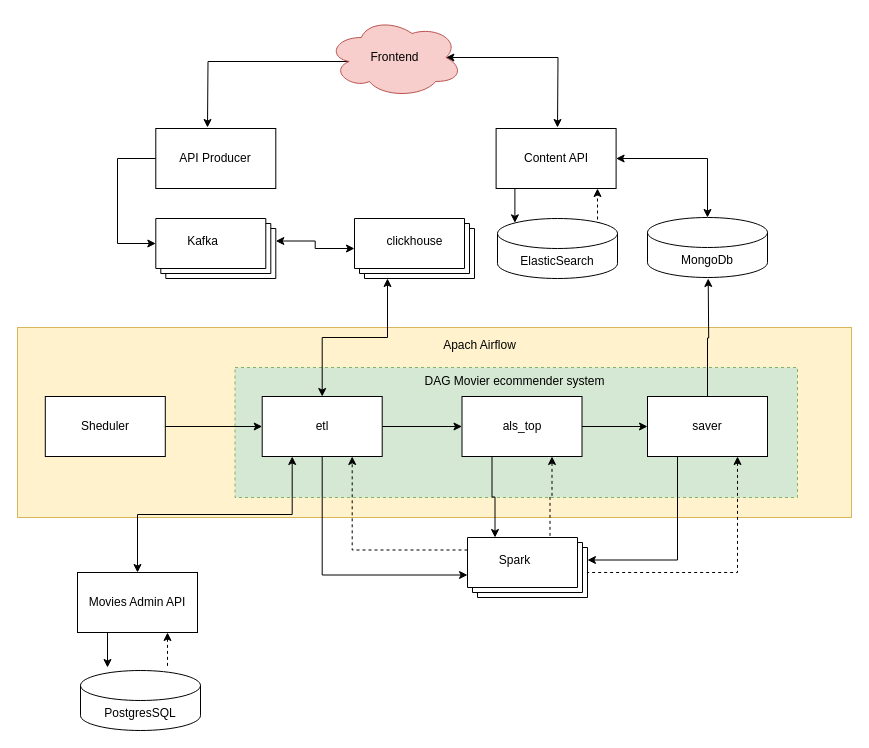
xh4vm/graduate_work keeps this draw.io diagram as page "Page-1" (1 of 2) of schemas/common_schema.drawio. Above is the earlier version. Source tidied: cells renumbered, new cells numbered last; positions are measured from the earlier drawing's top-left corner, leaving out a move shared by most shapes. Both pictures are drawn from the tidied source at 100%, with x=0, y=0 at pixel (17, 17).
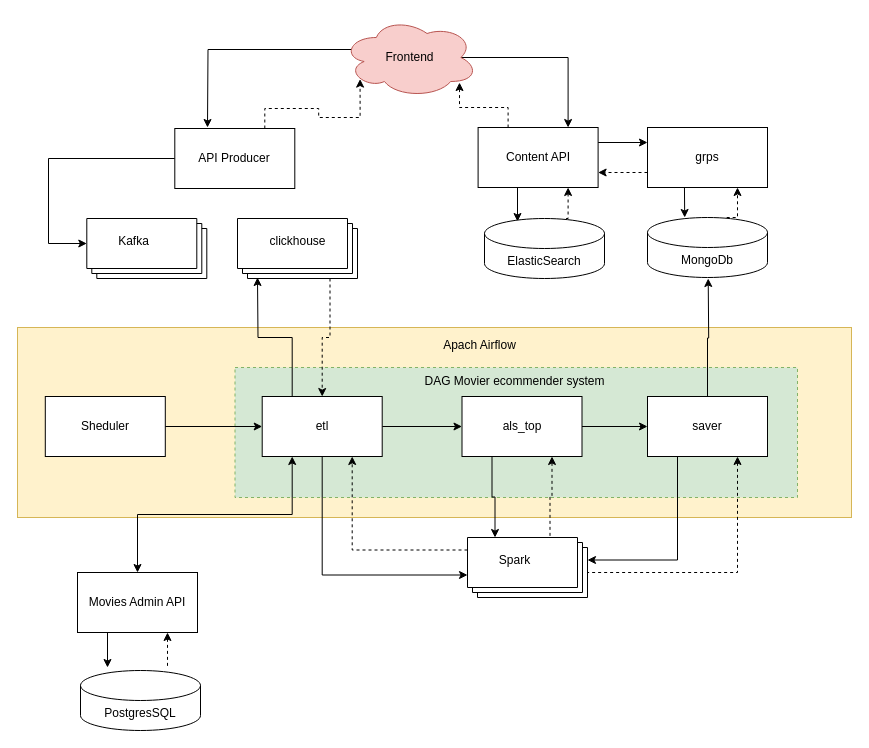
After the change.

The change refers to these unchanged cells:
```xml
<mxCell id="8" style="verticalLabelPosition=bottom;verticalAlign=top;html=1;shape=mxgraph.basic.layered_rect;dx=10;outlineConnect=0;whiteSpace=wrap;" parent="7" vertex="1">
  <mxGeometry width="120" height="60" as="geometry" />
</mxCell>
<mxCell id="11" style="verticalLabelPosition=bottom;verticalAlign=top;html=1;shape=mxgraph.basic.layered_rect;dx=10;outlineConnect=0;whiteSpace=wrap;" parent="10" vertex="1">
  <mxGeometry width="120" height="60" as="geometry" />
</mxCell>
<mxCell id="27" value="etl" style="rounded=0;whiteSpace=wrap;html=1;" parent="1" vertex="1">
  <mxGeometry x="244.7" y="379" width="120" height="60" as="geometry" />
</mxCell>
```

What changed in the source:
```diff
@@
-    <mxCell id="2" style="edgeStyle=orthogonalEdgeStyle;rounded=0;jettySize=auto;html=1;exitX=0.16;exitY=0.55;exitDx=0;exitDy=0;exitPerimeter=0;startArrow=none;startFill=0;" parent="1" edge="1" source="4">
-      <mxGeometry relative="1" as="geometry">
-        <mxPoint x="190" y="110" as="targetPoint" />
-      </mxGeometry>
-    </mxCell>
-    <mxCell id="3" style="edgeStyle=orthogonalEdgeStyle;rounded=0;jettySize=auto;html=1;exitX=0.875;exitY=0.5;exitDx=0;exitDy=0;exitPerimeter=0;startArrow=classic;startFill=1;" parent="1" edge="1" source="4">
-      <mxGeometry relative="1" as="geometry">
-        <mxPoint x="540" y="110" as="targetPoint" />
-      </mxGeometry>
-    </mxCell>
+    <mxCell id="47" style="edgeStyle=orthogonalEdgeStyle;rounded=0;jettySize=auto;html=1;exitX=0.07;exitY=0.4;exitDx=0;exitDy=0;exitPerimeter=0;startArrow=none;startFill=0;endArrow=classic;endFill=1;" parent="1" edge="1" source="4">
+      <mxGeometry relative="1" as="geometry">
+        <mxPoint x="190" y="110" as="targetPoint" />
+      </mxGeometry>
+    </mxCell>
+    <mxCell id="48" style="edgeStyle=orthogonalEdgeStyle;rounded=0;jettySize=auto;html=1;exitX=0.875;exitY=0.5;exitDx=0;exitDy=0;exitPerimeter=0;entryX=0.75;entryY=0;entryDx=0;entryDy=0;startArrow=none;startFill=0;endArrow=classic;endFill=1;" parent="1" edge="1" source="4" target="18">
+      <mxGeometry relative="1" as="geometry" />
+    </mxCell>
     <mxCell id="4" value="Frontend" style="ellipse;shape=cloud;whiteSpace=wrap;html=1;fillColor=#f8cecc;strokeColor=#b85450;" parent="1" vertex="1">
-      <mxGeometry x="310" width="135.3" height="80" as="geometry" />
+      <mxGeometry x="325" width="135.3" height="80" as="geometry" />
     </mxCell>
     <mxCell id="5" style="edgeStyle=orthogonalEdgeStyle;rounded=0;jettySize=auto;html=1;exitX=0;exitY=0.5;exitDx=0;exitDy=0;entryX=0;entryY=0;entryDx=0;entryDy=25;entryPerimeter=0;startArrow=none;startFill=0;" parent="1" edge="1" source="6" target="8">
       <mxGeometry relative="1" as="geometry">
         <Array as="points">
-          <mxPoint x="100" y="141" />
-          <mxPoint x="100" y="226" />
+          <mxPoint x="31" y="141" />
+          <mxPoint x="31" y="226" />
         </Array>
       </mxGeometry>
     </mxCell>
+    <mxCell id="49" style="edgeStyle=orthogonalEdgeStyle;rounded=0;jettySize=auto;html=1;exitX=0.75;exitY=0;exitDx=0;exitDy=0;entryX=0.13;entryY=0.77;entryDx=0;entryDy=0;entryPerimeter=0;startArrow=none;startFill=0;endArrow=classic;endFill=1;dashed=1;" parent="1" edge="1" source="6" target="4">
+      <mxGeometry relative="1" as="geometry" />
+    </mxCell>
     <mxCell id="6" value="API Producer" style="rounded=0;whiteSpace=wrap;html=1;" parent="1" vertex="1">
-      <mxGeometry x="138.3" y="111" width="120" height="60" as="geometry" />
+      <mxGeometry x="157.3" y="111" width="120" height="60" as="geometry" />
     </mxCell>
     <mxCell id="7" style="group;" parent="1" vertex="1">
-      <mxGeometry x="138.3" y="201" width="120" height="60" as="geometry" />
+      <mxGeometry x="69.3" y="201" width="120" height="60" as="geometry" />
     </mxCell>
@@
     <mxCell id="10" style="group;" parent="1" vertex="1">
-      <mxGeometry x="337" y="201" width="120" height="60" as="geometry" />
+      <mxGeometry x="220" y="201" width="120" height="60" as="geometry" />
     </mxCell>
@@
-    <mxCell id="16" style="edgeStyle=orthogonalEdgeStyle;rounded=0;jettySize=auto;html=1;exitX=1;exitY=0.5;exitDx=0;exitDy=0;startArrow=classic;startFill=1;entryX=0.5;entryY=0;entryDx=0;entryDy=0;entryPerimeter=0;" parent="1" edge="1" source="18" target="39">
-      <mxGeometry relative="1" as="geometry" />
-    </mxCell>
+    <mxCell id="50" style="edgeStyle=orthogonalEdgeStyle;rounded=0;jettySize=auto;html=1;exitX=1;exitY=0.25;exitDx=0;exitDy=0;entryX=0;entryY=0.25;entryDx=0;entryDy=0;startArrow=none;startFill=0;endArrow=classic;endFill=1;" parent="1" edge="1" source="18" target="57">
+      <mxGeometry relative="1" as="geometry" />
+    </mxCell>
-    <mxCell id="17" style="edgeStyle=orthogonalEdgeStyle;rounded=0;jettySize=auto;html=1;exitX=0.25;exitY=1;exitDx=0;exitDy=0;entryX=0.145;entryY=0;entryDx=0;entryDy=4.35;entryPerimeter=0;startArrow=none;startFill=0;endArrow=classic;endFill=1;" parent="1" edge="1" source="18" target="41">
+    <mxCell id="17" style="edgeStyle=orthogonalEdgeStyle;rounded=0;jettySize=auto;html=1;exitX=0.25;exitY=1;exitDx=0;exitDy=0;entryX=0.275;entryY=0.05;entryDx=0;entryDy=0;entryPerimeter=0;startArrow=none;startFill=0;endArrow=classic;endFill=1;" parent="1" edge="1" source="18" target="41">
       <mxGeometry relative="1" as="geometry" />
     </mxCell>
+    <mxCell id="51" style="edgeStyle=orthogonalEdgeStyle;rounded=0;jettySize=auto;html=1;exitX=0.25;exitY=0;exitDx=0;exitDy=0;entryX=0.865;entryY=0.813;entryDx=0;entryDy=0;entryPerimeter=0;startArrow=none;startFill=0;endArrow=classic;endFill=1;dashed=1;" parent="1" edge="1" source="18" target="4">
+      <mxGeometry relative="1" as="geometry" />
+    </mxCell>
     <mxCell id="18" value="Content API" style="whiteSpace=wrap;html=1;" parent="1" vertex="1">
-      <mxGeometry x="478.6" y="111" width="120" height="60" as="geometry" />
+      <mxGeometry x="460.6" y="110" width="120" height="60" as="geometry" />
     </mxCell>
@@
-    <mxCell id="24" style="edgeStyle=orthogonalEdgeStyle;rounded=0;jettySize=auto;html=1;exitX=0.5;exitY=0;exitDx=0;exitDy=0;startArrow=classic;startFill=1;" parent="1" edge="1" source="27" target="11">
-      <mxGeometry relative="1" as="geometry">
-        <Array as="points">
-          <mxPoint x="305" y="320" />
-          <mxPoint x="370" y="320" />
-        </Array>
-      </mxGeometry>
-    </mxCell>
@@
+    <mxCell id="52" style="edgeStyle=orthogonalEdgeStyle;rounded=0;jettySize=auto;html=1;exitX=0.25;exitY=0;exitDx=0;exitDy=0;startArrow=none;startFill=0;endArrow=classic;endFill=1;" parent="1" edge="1" source="27">
+      <mxGeometry relative="1" as="geometry">
+        <mxPoint x="240" y="260" as="targetPoint" />
+      </mxGeometry>
+    </mxCell>
@@
-    <mxCell id="38" style="edgeStyle=orthogonalEdgeStyle;rounded=0;jettySize=auto;html=1;exitX=0;exitY=0;exitDx=119.99999999999997;exitDy=22.5;exitPerimeter=0;startArrow=classic;startFill=1;" parent="1" edge="1" source="8" target="11">
-      <mxGeometry relative="1" as="geometry" />
-    </mxCell>
+    <mxCell id="53" style="edgeStyle=orthogonalEdgeStyle;rounded=0;jettySize=auto;html=1;exitX=0.31;exitY=0;exitDx=0;exitDy=0;exitPerimeter=0;entryX=0.308;entryY=1;entryDx=0;entryDy=0;entryPerimeter=0;startArrow=classic;startFill=1;endArrow=none;endFill=0;" parent="1" edge="1" source="39" target="57">
+      <mxGeometry relative="1" as="geometry" />
+    </mxCell>
+    <mxCell id="54" style="edgeStyle=orthogonalEdgeStyle;rounded=0;jettySize=auto;html=1;exitX=0.66;exitY=0;exitDx=0;exitDy=0;exitPerimeter=0;entryX=0.75;entryY=1;entryDx=0;entryDy=0;startArrow=none;startFill=0;endArrow=classic;endFill=1;dashed=1;" parent="1" edge="1" source="39" target="57">
+      <mxGeometry relative="1" as="geometry" />
+    </mxCell>
-    <mxCell id="39" value="MongoDb" style="shape=cylinder3;whiteSpace=wrap;html=1;boundedLbl=1;backgroundOutline=1;size=15;" parent="1" vertex="1">
+    <mxCell id="39" value="MongoDb" style="shape=cylinder3;whiteSpace=wrap;html=1;boundedLbl=1;backgroundOutline=1;size=15;points=[[0,0,0,0,15],[0,0,0,0,22.5],[0,0,0,0,37.5],[0,0.5,0,0,0],[0,1,0,0,-15],[0.145,0,0,0,4.35],[0.145,1,0,0,-4.35],[0.31,0,0,0,0],[0.5,0,0,0,0],[0.5,1,0,0,0],[0.66,0,0,0,0],[0.855,0,0,0,4.35],[0.855,1,0,0,-4.35],[1,0,0,0,15],[1,0,0,0,22.5],[1,0,0,0,37.5],[1,0.5,0,0,0],[1,1,0,0,-15]];" parent="1" vertex="1">
       <mxGeometry x="630" y="200" width="120" height="60" as="geometry" />
     </mxCell>
-    <mxCell id="40" style="edgeStyle=orthogonalEdgeStyle;rounded=0;jettySize=auto;html=1;exitX=0.855;exitY=0;exitDx=0;exitDy=4.35;exitPerimeter=0;entryX=0.845;entryY=1;entryDx=0;entryDy=0;entryPerimeter=0;startArrow=none;startFill=0;endArrow=classic;endFill=1;dashed=1;" parent="1" edge="1" source="41" target="18">
+    <mxCell id="40" style="edgeStyle=orthogonalEdgeStyle;rounded=0;jettySize=auto;html=1;exitX=0.68;exitY=0;exitDx=0;exitDy=0;exitPerimeter=0;entryX=0.75;entryY=1;entryDx=0;entryDy=0;dashed=1;startArrow=none;startFill=0;endArrow=classic;endFill=1;" parent="1" edge="1" source="41" target="18">
       <mxGeometry relative="1" as="geometry" />
     </mxCell>
-    <mxCell id="41" value="ElasticSearch" style="shape=cylinder3;whiteSpace=wrap;html=1;boundedLbl=1;backgroundOutline=1;size=15;" parent="1" vertex="1">
-      <mxGeometry x="480" y="201" width="120" height="60" as="geometry" />
+    <mxCell id="41" value="ElasticSearch" style="shape=cylinder3;whiteSpace=wrap;html=1;boundedLbl=1;backgroundOutline=1;size=15;points=[[0,0,0,0,15],[0,0,0,0,22.5],[0,0,0,0,37.5],[0,0.5,0,0,0],[0,1,0,0,-15],[0.145,0,0,0,4.35],[0.145,1,0,0,-4.35],[0.33,0,0,0,0],[0.5,0,0,0,0],[0.5,1,0,0,0],[0.68,0,0,0,0],[0.855,0,0,0,4.35],[0.855,1,0,0,-4.35],[1,0,0,0,15],[1,0,0,0,22.5],[1,0,0,0,37.5],[1,0.5,0,0,0],[1,1,0,0,-15]];" parent="1" vertex="1">
+      <mxGeometry x="467" y="201" width="120" height="60" as="geometry" />
     </mxCell>
@@
+    <mxCell id="55" style="edgeStyle=orthogonalEdgeStyle;rounded=0;jettySize=auto;html=1;exitX=0;exitY=0;exitDx=92.49999999999999;exitDy=60;exitPerimeter=0;startArrow=none;startFill=0;endArrow=classic;endFill=1;dashed=1;" parent="1" edge="1" source="11" target="27">
+      <mxGeometry relative="1" as="geometry" />
+    </mxCell>
+    <mxCell id="56" style="edgeStyle=orthogonalEdgeStyle;rounded=0;jettySize=auto;html=1;exitX=0;exitY=0.75;exitDx=0;exitDy=0;entryX=1;entryY=0.75;entryDx=0;entryDy=0;startArrow=none;startFill=0;endArrow=classic;endFill=1;dashed=1;" parent="1" edge="1" source="57" target="18">
+      <mxGeometry relative="1" as="geometry" />
+    </mxCell>
+    <mxCell id="57" value="grps" style="rounded=0;whiteSpace=wrap;html=1;" parent="1" vertex="1">
+      <mxGeometry x="630" y="110" width="120" height="60" as="geometry" />
+    </mxCell>
```
